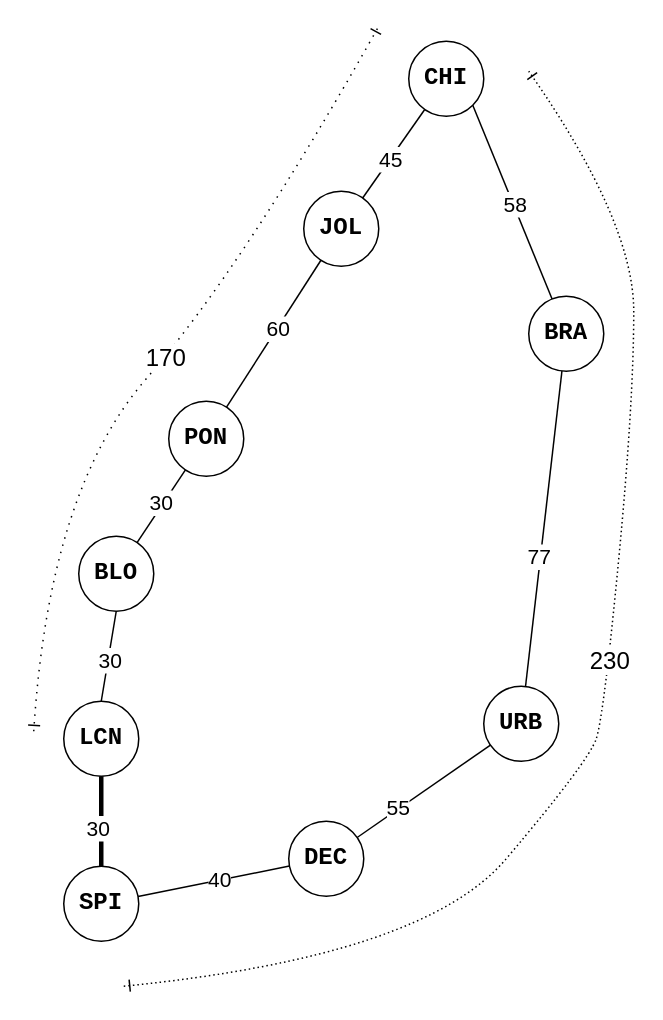
Earlier version of the draw.io diagram graphs/Untitled Diagram.drawio (lgreco/images). Source tidied: cells renumbered, new cells numbered last; positions are measured from the earlier drawing's top-left corner, leaving out a move shared by most shapes. Both pictures are drawn from the tidied source at 150%, with x=0, y=0 at pixel (33, 26).
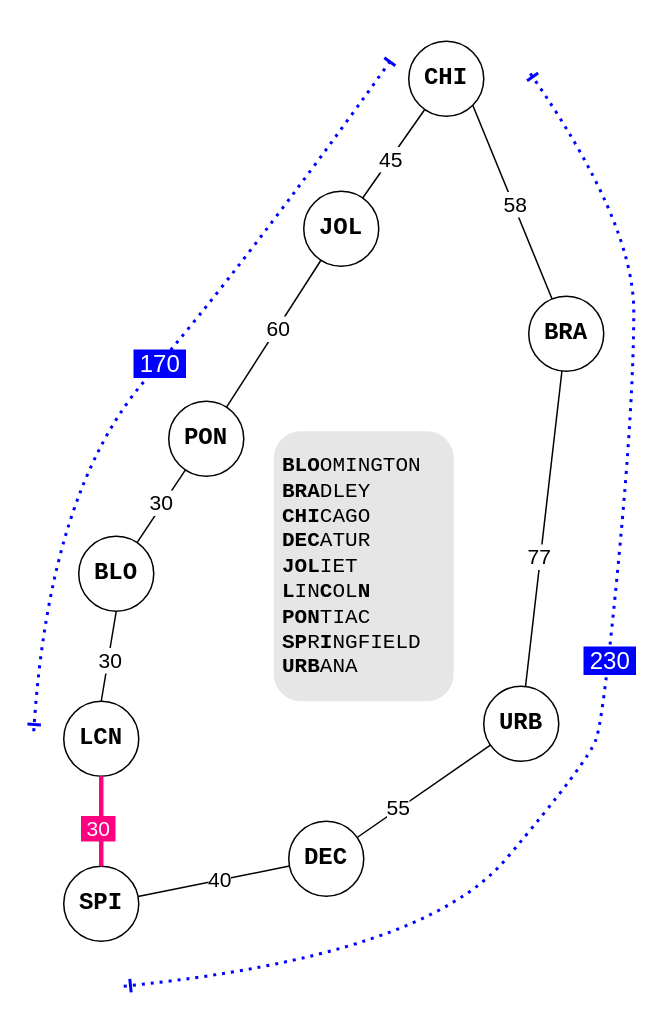
The same page after the edit.

The change refers to these unchanged cells:
```xml
<mxCell id="6" value="&lt;font style=&quot;color: light-dark(rgb(0, 0, 0), rgb(255, 255, 255));&quot;&gt;LCN&lt;/font&gt;" style="ellipse;whiteSpace=wrap;html=1;fontSize=16;fontFamily=Courier New;fontStyle=1;" parent="1" vertex="1">
  <mxGeometry x="20" y="450" width="50" height="50" as="geometry" />
</mxCell>
<mxCell id="7" value="&lt;font style=&quot;color: light-dark(rgb(0, 0, 0), rgb(255, 255, 255));&quot;&gt;SPI&lt;/font&gt;" style="ellipse;whiteSpace=wrap;html=1;fontSize=16;fontFamily=Courier New;fontStyle=1;" parent="1" vertex="1">
  <mxGeometry x="20" y="560" width="50" height="50" as="geometry" />
</mxCell>
```

What changed in the source:
```diff
@@
-    <mxCell id="19" style="endArrow=none;html=1;rounded=0;exitX=0.5;exitY=0;exitDx=0;exitDy=0;strokeColor=light-dark(#000000,#CC0066);strokeWidth=3;" parent="1" edge="1" source="7" target="6">
+    <mxCell id="19" style="endArrow=none;html=1;rounded=0;exitX=0.5;exitY=0;exitDx=0;exitDy=0;strokeColor=#FF0080;strokeWidth=3;fillColor=#d80073;" parent="1" edge="1" source="7" target="6">
       <mxGeometry relative="1" as="geometry" />
     </mxCell>
-    <mxCell id="20" value="30" style="edgeLabel;html=1;align=center;verticalAlign=middle;fontSize=14;" parent="19" vertex="1">
+    <mxCell id="20" value="&amp;nbsp;30&amp;nbsp;" style="edgeLabel;html=1;align=center;verticalAlign=middle;fontSize=14;labelBackgroundColor=#FF0080;fontColor=light-dark(#ffffff, #ededed);" parent="19" vertex="1">
       <mxGeometry x="-0.15" y="3" relative="1" as="geometry" />
     </mxCell>
@@
-    <mxCell id="29" style="curved=1;endArrow=ERone;html=1;rounded=0;dashPattern=1 2;strokeColor=light-dark(#000000,#CC6600);strokeWidth=1;endFill=0;startArrow=ERone;startFill=0;dashed=1;" parent="1" edge="1">
+    <mxCell id="29" style="curved=1;endArrow=ERone;html=1;rounded=0;dashPattern=1 2;strokeColor=light-dark(#0000FF,#CC6600);strokeWidth=2;endFill=0;startArrow=ERone;startFill=0;dashed=1;" parent="1" edge="1">
       <mxGeometry relative="1" as="geometry">
         <mxPoint x="60" y="640" as="sourcePoint" />
         <mxPoint x="330" y="30" as="targetPoint" />
         <Array as="points">
           <mxPoint x="260" y="620" />
           <mxPoint x="370" y="490" />
           <mxPoint x="380" y="460" />
           <mxPoint x="400" y="250" />
           <mxPoint x="400" y="130" />
         </Array>
       </mxGeometry>
     </mxCell>
-    <mxCell id="30" value="&lt;font style=&quot;font-size: 16px;&quot;&gt;230&lt;/font&gt;" style="edgeLabel;html=1;align=center;verticalAlign=middle;fontColor=light-dark(#000000,#FFB366);" parent="29" vertex="1">
+    <mxCell id="30" value="&lt;font style=&quot;font-size: 16px;&quot;&gt;&amp;nbsp;230&amp;nbsp;&lt;/font&gt;" style="edgeLabel;html=1;align=center;verticalAlign=middle;fontColor=light-dark(#ffffff, #FFB366);labelBackgroundColor=#0000FF;spacingTop=0;spacing=0;" parent="29" vertex="1">
       <mxGeometry x="0.03" relative="1" as="geometry" />
     </mxCell>
-    <mxCell id="31" style="curved=1;endArrow=ERone;html=1;rounded=0;dashPattern=1 4;strokeColor=light-dark(#000000,#CC6600);strokeWidth=1;endFill=0;startArrow=ERone;startFill=0;dashed=1;" parent="1" edge="1">
+    <mxCell id="31" style="curved=1;endArrow=ERone;html=1;rounded=0;dashPattern=1 2;strokeColor=light-dark(#0000FF,#CC6600);strokeWidth=2;endFill=0;startArrow=ERone;startFill=0;dashed=1;" parent="1" edge="1">
       <mxGeometry relative="1" as="geometry">
         <mxPoint y="470" as="sourcePoint" />
-        <mxPoint x="230" as="targetPoint" />
+        <mxPoint x="240" y="20" as="targetPoint" />
         <Array as="points">
           <mxPoint x="10" y="310" />
           <mxPoint x="140" y="160" />
         </Array>
       </mxGeometry>
     </mxCell>
-    <mxCell id="32" value="&lt;font style=&quot;font-size: 16px;&quot;&gt;170&lt;/font&gt;" style="edgeLabel;html=1;align=center;verticalAlign=middle;fontColor=light-dark(#000000,#FFB366);" parent="31" vertex="1">
+    <mxCell id="32" value="&lt;font style=&quot;font-size: 16px;&quot;&gt;&amp;nbsp;170&amp;nbsp;&lt;/font&gt;" style="edgeLabel;html=1;align=center;verticalAlign=middle;fontColor=light-dark(#ffffff, #FFB366);labelBackgroundColor=#0000FF;" parent="31" vertex="1">
       <mxGeometry x="0.03" relative="1" as="geometry" />
     </mxCell>
+    <mxCell id="33" value="&lt;font face=&quot;Courier New&quot; style=&quot;font-size: 14px;&quot;&gt;&lt;b style=&quot;&quot;&gt;BLO&lt;/b&gt;OMINGTON&lt;/font&gt;&lt;div&gt;&lt;font face=&quot;Courier New&quot; style=&quot;font-size: 14px;&quot;&gt;&lt;b&gt;BRA&lt;/b&gt;DLEY&lt;/font&gt;&lt;div&gt;&lt;font face=&quot;Courier New&quot; style=&quot;font-size: 14px;&quot;&gt;&lt;b&gt;CHI&lt;/b&gt;CAGO&lt;/font&gt;&lt;/div&gt;&lt;div&gt;&lt;font face=&quot;Courier New&quot; style=&quot;font-size: 14px;&quot;&gt;&lt;b&gt;DEC&lt;/b&gt;ATUR&lt;/font&gt;&lt;/div&gt;&lt;div&gt;&lt;font face=&quot;Courier New&quot; style=&quot;font-size: 14px;&quot;&gt;&lt;b&gt;JOL&lt;/b&gt;IET&lt;/font&gt;&lt;/div&gt;&lt;div&gt;&lt;font face=&quot;Courier New&quot; style=&quot;font-size: 14px;&quot;&gt;&lt;b&gt;L&lt;/b&gt;IN&lt;b&gt;C&lt;/b&gt;OL&lt;b&gt;N&lt;/b&gt;&lt;/font&gt;&lt;/div&gt;&lt;div&gt;&lt;font face=&quot;Courier New&quot; style=&quot;font-size: 14px;&quot;&gt;&lt;b&gt;PON&lt;/b&gt;TIAC&lt;/font&gt;&lt;/div&gt;&lt;/div&gt;&lt;div&gt;&lt;font face=&quot;Courier New&quot; style=&quot;font-size: 14px;&quot;&gt;&lt;b&gt;SP&lt;/b&gt;R&lt;b&gt;I&lt;/b&gt;NGFIELD&lt;/font&gt;&lt;/div&gt;&lt;div&gt;&lt;font face=&quot;Courier New&quot; style=&quot;font-size: 14px;&quot;&gt;&lt;b style=&quot;&quot;&gt;URB&lt;/b&gt;ANA&lt;/font&gt;&lt;/div&gt;" style="text;html=1;whiteSpace=wrap;strokeColor=none;fillColor=#E6E6E6;align=left;verticalAlign=middle;rounded=1;spacing=6;perimeterSpacing=0;strokeWidth=4;glass=0;" parent="1" vertex="1">
+      <mxGeometry x="160" y="270" width="120" height="180" as="geometry" />
+    </mxCell>
```
